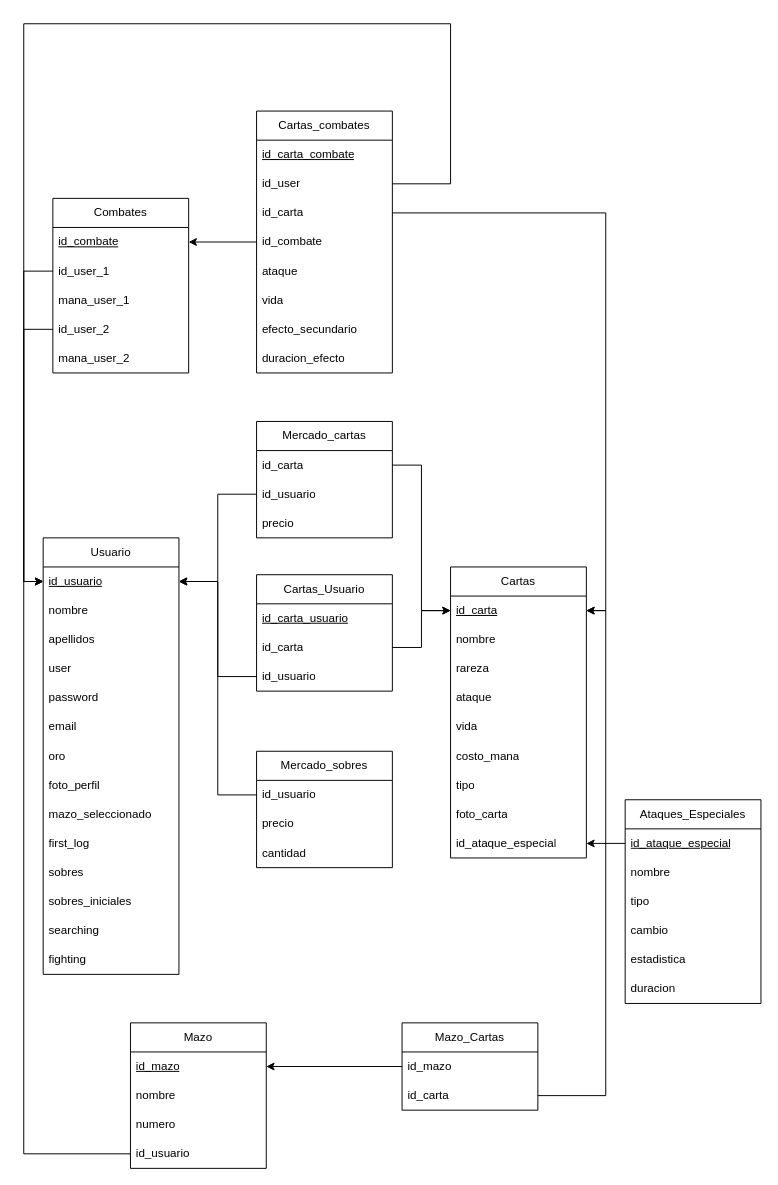
Above: Diagramas/BBDD.drawio in MiguelGallardoRevaliente/ProjecteFinal (draw.io), before the change. Source tidied: cells renumbered, new cells numbered last; positions are measured from the earlier drawing's top-left corner, leaving out a move shared by most shapes. Both pictures are drawn from the tidied source at 97%, with x=0, y=0 at pixel (23, 23).
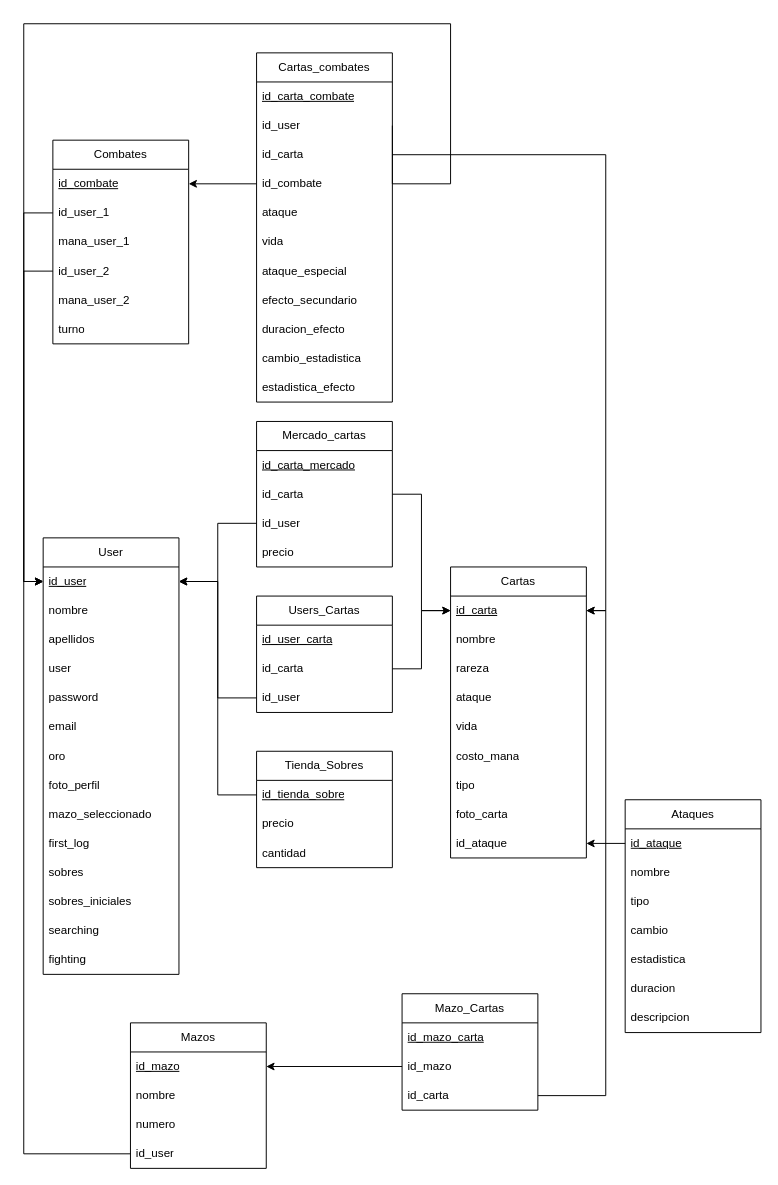
The same page after the edit.

Commit message (it also covers changes not shown here):
diagramas/bbdd/redirigir al cambiar el mail

The change refers to these unchanged cells:
```xml
<mxCell id="17" value="Cartas" style="swimlane;fontStyle=0;horizontal=1;startSize=30;whiteSpace=wrap;html=1;" parent="1" vertex="1">
  <mxGeometry x="440" y="560" width="140" height="300" as="geometry" />
</mxCell>
```

What changed in the source:
```diff
@@
-    <mxCell id="2" value="Usuario" style="swimlane;fontStyle=0;horizontal=1;startSize=30;whiteSpace=wrap;html=1;" parent="1" vertex="1">
+    <mxCell id="2" value="User" style="swimlane;fontStyle=0;horizontal=1;startSize=30;whiteSpace=wrap;html=1;" parent="1" vertex="1">
       <mxGeometry x="20" y="530" width="140" height="450" as="geometry" />
     </mxCell>
-    <mxCell id="3" value="&lt;u&gt;id_usuario&lt;/u&gt;" style="text;strokeColor=none;fillColor=none;align=left;verticalAlign=middle;spacingLeft=4;spacingRight=4;overflow=hidden;points=[[0,0.5],[1,0.5]];portConstraint=eastwest;whiteSpace=wrap;html=1;" parent="2" vertex="1">
+    <mxCell id="3" value="&lt;u&gt;id_user&lt;/u&gt;" style="text;strokeColor=none;fillColor=none;align=left;verticalAlign=middle;spacingLeft=4;spacingRight=4;overflow=hidden;points=[[0,0.5],[1,0.5]];portConstraint=eastwest;whiteSpace=wrap;html=1;" parent="2" vertex="1">
       <mxGeometry y="30" width="140" height="30" as="geometry" />
     </mxCell>
@@
-    <mxCell id="26" value="id_ataque_especial" style="text;strokeColor=none;fillColor=none;align=left;verticalAlign=middle;spacingLeft=4;spacingRight=4;overflow=hidden;points=[[0,0.5],[1,0.5]];portConstraint=eastwest;whiteSpace=wrap;html=1;" parent="17" vertex="1">
+    <mxCell id="26" value="id_ataque" style="text;strokeColor=none;fillColor=none;align=left;verticalAlign=middle;spacingLeft=4;spacingRight=4;overflow=hidden;points=[[0,0.5],[1,0.5]];portConstraint=eastwest;whiteSpace=wrap;html=1;" parent="17" vertex="1">
       <mxGeometry y="270" width="140" height="30" as="geometry" />
     </mxCell>
-    <mxCell id="27" value="Cartas_Usuario" style="swimlane;fontStyle=0;horizontal=1;startSize=30;whiteSpace=wrap;html=1;" parent="1" vertex="1">
-      <mxGeometry x="240" y="568" width="140" height="120" as="geometry" />
+    <mxCell id="27" value="Users_Cartas" style="swimlane;fontStyle=0;horizontal=1;startSize=30;whiteSpace=wrap;html=1;" parent="1" vertex="1">
+      <mxGeometry x="240" y="590" width="140" height="120" as="geometry" />
     </mxCell>
-    <mxCell id="28" value="&lt;u&gt;id_carta_usuario&lt;/u&gt;" style="text;strokeColor=none;fillColor=none;align=left;verticalAlign=middle;spacingLeft=4;spacingRight=4;overflow=hidden;whiteSpace=wrap;html=1;" parent="27" vertex="1">
+    <mxCell id="28" value="&lt;u&gt;id_user_carta&lt;/u&gt;" style="text;strokeColor=none;fillColor=none;align=left;verticalAlign=middle;spacingLeft=4;spacingRight=4;overflow=hidden;whiteSpace=wrap;html=1;" parent="27" vertex="1">
       <mxGeometry y="30" width="140" height="30" as="geometry" />
     </mxCell>
@@
-    <mxCell id="30" value="id_usuario" style="text;strokeColor=none;fillColor=none;align=left;verticalAlign=middle;spacingLeft=4;spacingRight=4;overflow=hidden;points=[[0,0.5],[1,0.5]];portConstraint=eastwest;whiteSpace=wrap;html=1;" parent="27" vertex="1">
+    <mxCell id="30" value="id_user" style="text;strokeColor=none;fillColor=none;align=left;verticalAlign=middle;spacingLeft=4;spacingRight=4;overflow=hidden;points=[[0,0.5],[1,0.5]];portConstraint=eastwest;whiteSpace=wrap;html=1;" parent="27" vertex="1">
       <mxGeometry y="90" width="140" height="30" as="geometry" />
     </mxCell>
@@
     <mxCell id="33" value="Mercado_cartas" style="swimlane;fontStyle=0;horizontal=1;startSize=30;whiteSpace=wrap;html=1;" parent="1" vertex="1">
-      <mxGeometry x="240" y="410" width="140" height="120" as="geometry" />
+      <mxGeometry x="240" y="410" width="140" height="150" as="geometry" />
     </mxCell>
+    <mxCell id="83" value="&lt;u&gt;id_carta_mercado&lt;/u&gt;" style="text;strokeColor=none;fillColor=none;align=left;verticalAlign=middle;spacingLeft=4;spacingRight=4;overflow=hidden;whiteSpace=wrap;html=1;" parent="33" vertex="1">
+      <mxGeometry y="30" width="140" height="30" as="geometry" />
+    </mxCell>
     <mxCell id="34" value="id_carta" style="text;strokeColor=none;fillColor=none;align=left;verticalAlign=middle;spacingLeft=4;spacingRight=4;overflow=hidden;points=[[0,0.5],[1,0.5]];portConstraint=eastwest;whiteSpace=wrap;html=1;" parent="33" vertex="1">
-      <mxGeometry y="30" width="140" height="30" as="geometry" />
+      <mxGeometry y="60" width="140" height="30" as="geometry" />
     </mxCell>
-    <mxCell id="35" value="id_usuario" style="text;strokeColor=none;fillColor=none;align=left;verticalAlign=middle;spacingLeft=4;spacingRight=4;overflow=hidden;points=[[0,0.5],[1,0.5]];portConstraint=eastwest;whiteSpace=wrap;html=1;" parent="33" vertex="1">
-      <mxGeometry y="60" width="140" height="30" as="geometry" />
+    <mxCell id="35" value="id_user" style="text;strokeColor=none;fillColor=none;align=left;verticalAlign=middle;spacingLeft=4;spacingRight=4;overflow=hidden;points=[[0,0.5],[1,0.5]];portConstraint=eastwest;whiteSpace=wrap;html=1;" parent="33" vertex="1">
+      <mxGeometry y="90" width="140" height="30" as="geometry" />
     </mxCell>
     <mxCell id="36" value="precio" style="text;strokeColor=none;fillColor=none;align=left;verticalAlign=middle;spacingLeft=4;spacingRight=4;overflow=hidden;whiteSpace=wrap;html=1;" parent="33" vertex="1">
-      <mxGeometry y="90" width="140" height="30" as="geometry" />
+      <mxGeometry y="120" width="140" height="30" as="geometry" />
     </mxCell>
@@
-    <mxCell id="39" value="Mercado_sobres" style="swimlane;fontStyle=0;horizontal=1;startSize=30;whiteSpace=wrap;html=1;" parent="1" vertex="1">
+    <mxCell id="39" value="Tienda_Sobres" style="swimlane;fontStyle=0;horizontal=1;startSize=30;whiteSpace=wrap;html=1;" parent="1" vertex="1">
       <mxGeometry x="240" y="750" width="140" height="120" as="geometry" />
     </mxCell>
-    <mxCell id="40" value="id_usuario" style="text;strokeColor=none;fillColor=none;align=left;verticalAlign=middle;spacingLeft=4;spacingRight=4;overflow=hidden;points=[[0,0.5],[1,0.5]];portConstraint=eastwest;whiteSpace=wrap;html=1;" parent="39" vertex="1">
+    <mxCell id="40" value="&lt;u&gt;id_tienda_sobre&lt;/u&gt;" style="text;strokeColor=none;fillColor=none;align=left;verticalAlign=middle;spacingLeft=4;spacingRight=4;overflow=hidden;points=[[0,0.5],[1,0.5]];portConstraint=eastwest;whiteSpace=wrap;html=1;" parent="39" vertex="1">
       <mxGeometry y="30" width="140" height="30" as="geometry" />
     </mxCell>
@@
-    <mxCell id="44" value="Mazo" style="swimlane;fontStyle=0;horizontal=1;startSize=30;whiteSpace=wrap;html=1;" parent="1" vertex="1">
+    <mxCell id="44" value="Mazos" style="swimlane;fontStyle=0;horizontal=1;startSize=30;whiteSpace=wrap;html=1;" parent="1" vertex="1">
       <mxGeometry x="110" y="1030" width="140" height="150" as="geometry" />
     </mxCell>
@@
-    <mxCell id="48" value="id_usuario" style="text;strokeColor=none;fillColor=none;align=left;verticalAlign=middle;spacingLeft=4;spacingRight=4;overflow=hidden;points=[[0,0.5],[1,0.5]];portConstraint=eastwest;whiteSpace=wrap;html=1;" parent="44" vertex="1">
+    <mxCell id="48" value="id_user" style="text;strokeColor=none;fillColor=none;align=left;verticalAlign=middle;spacingLeft=4;spacingRight=4;overflow=hidden;points=[[0,0.5],[1,0.5]];portConstraint=eastwest;whiteSpace=wrap;html=1;" parent="44" vertex="1">
       <mxGeometry y="120" width="140" height="30" as="geometry" />
     </mxCell>
     <mxCell id="49" value="Mazo_Cartas" style="swimlane;fontStyle=0;horizontal=1;startSize=30;whiteSpace=wrap;html=1;" parent="1" vertex="1">
-      <mxGeometry x="390" y="1030" width="140" height="90" as="geometry" />
+      <mxGeometry x="390" y="1000" width="140" height="120" as="geometry" />
     </mxCell>
+    <mxCell id="84" value="&lt;u&gt;id_mazo_carta&lt;/u&gt;" style="text;strokeColor=none;fillColor=none;align=left;verticalAlign=middle;spacingLeft=4;spacingRight=4;overflow=hidden;whiteSpace=wrap;html=1;" parent="49" vertex="1">
+      <mxGeometry y="30" width="140" height="30" as="geometry" />
+    </mxCell>
     <mxCell id="50" value="id_mazo" style="text;strokeColor=none;fillColor=none;align=left;verticalAlign=middle;spacingLeft=4;spacingRight=4;overflow=hidden;points=[[0,0.5],[1,0.5]];portConstraint=eastwest;whiteSpace=wrap;html=1;" parent="49" vertex="1">
-      <mxGeometry y="30" width="140" height="30" as="geometry" />
+      <mxGeometry y="60" width="140" height="30" as="geometry" />
     </mxCell>
     <mxCell id="51" value="id_carta" style="text;strokeColor=none;fillColor=none;align=left;verticalAlign=middle;spacingLeft=4;spacingRight=4;overflow=hidden;points=[[0,0.5],[1,0.5]];portConstraint=eastwest;whiteSpace=wrap;html=1;" parent="49" vertex="1">
-      <mxGeometry y="60" width="140" height="30" as="geometry" />
+      <mxGeometry y="90" width="140" height="30" as="geometry" />
     </mxCell>
@@
-    <mxCell id="55" value="Ataques_Especiales" style="swimlane;fontStyle=0;horizontal=1;startSize=30;whiteSpace=wrap;html=1;" parent="1" vertex="1">
-      <mxGeometry x="620" y="800" width="140" height="210" as="geometry" />
+    <mxCell id="55" value="Ataques" style="swimlane;fontStyle=0;horizontal=1;startSize=30;whiteSpace=wrap;html=1;" parent="1" vertex="1">
+      <mxGeometry x="620" y="800" width="140" height="240" as="geometry" />
     </mxCell>
-    <mxCell id="56" value="&lt;u&gt;id_ataque_especial&lt;/u&gt;" style="text;strokeColor=none;fillColor=none;align=left;verticalAlign=middle;spacingLeft=4;spacingRight=4;overflow=hidden;points=[[0,0.5],[1,0.5]];portConstraint=eastwest;whiteSpace=wrap;html=1;" parent="55" vertex="1">
+    <mxCell id="56" value="&lt;u&gt;id_ataque&lt;/u&gt;" style="text;strokeColor=none;fillColor=none;align=left;verticalAlign=middle;spacingLeft=4;spacingRight=4;overflow=hidden;points=[[0,0.5],[1,0.5]];portConstraint=eastwest;whiteSpace=wrap;html=1;" parent="55" vertex="1">
       <mxGeometry y="30" width="140" height="30" as="geometry" />
     </mxCell>
@@
+    <mxCell id="85" value="descripcion" style="text;strokeColor=none;fillColor=none;align=left;verticalAlign=middle;spacingLeft=4;spacingRight=4;overflow=hidden;whiteSpace=wrap;html=1;" parent="55" vertex="1">
+      <mxGeometry y="210" width="140" height="30" as="geometry" />
+    </mxCell>
@@
     <mxCell id="63" value="Cartas_combates" style="swimlane;fontStyle=0;horizontal=1;startSize=30;whiteSpace=wrap;html=1;" parent="1" vertex="1">
-      <mxGeometry x="240" y="90" width="140" height="270" as="geometry" />
+      <mxGeometry x="240" y="30" width="140" height="360" as="geometry" />
     </mxCell>
@@
+    <mxCell id="86" value="ataque_especial" style="text;strokeColor=none;fillColor=none;align=left;verticalAlign=middle;spacingLeft=4;spacingRight=4;overflow=hidden;whiteSpace=wrap;html=1;" parent="63" vertex="1">
+      <mxGeometry y="210" width="140" height="30" as="geometry" />
+    </mxCell>
     <mxCell id="70" value="efecto_secundario" style="text;strokeColor=none;fillColor=none;align=left;verticalAlign=middle;spacingLeft=4;spacingRight=4;overflow=hidden;whiteSpace=wrap;html=1;" parent="63" vertex="1">
-      <mxGeometry y="210" width="140" height="30" as="geometry" />
+      <mxGeometry y="240" width="140" height="30" as="geometry" />
     </mxCell>
     <mxCell id="71" value="duracion_efecto" style="text;strokeColor=none;fillColor=none;align=left;verticalAlign=middle;spacingLeft=4;spacingRight=4;overflow=hidden;whiteSpace=wrap;html=1;" parent="63" vertex="1">
-      <mxGeometry y="240" width="140" height="30" as="geometry" />
+      <mxGeometry y="270" width="140" height="30" as="geometry" />
     </mxCell>
+    <mxCell id="87" value="cambio_estadistica" style="text;strokeColor=none;fillColor=none;align=left;verticalAlign=middle;spacingLeft=4;spacingRight=4;overflow=hidden;whiteSpace=wrap;html=1;" parent="63" vertex="1">
+      <mxGeometry y="300" width="140" height="30" as="geometry" />
+    </mxCell>
+    <mxCell id="88" value="estadistica_efecto" style="text;strokeColor=none;fillColor=none;align=left;verticalAlign=middle;spacingLeft=4;spacingRight=4;overflow=hidden;whiteSpace=wrap;html=1;" parent="63" vertex="1">
+      <mxGeometry y="330" width="140" height="30" as="geometry" />
+    </mxCell>
     <mxCell id="72" value="Combates" style="swimlane;fontStyle=0;horizontal=1;startSize=30;whiteSpace=wrap;html=1;" parent="1" vertex="1">
-      <mxGeometry x="30" y="180" width="140" height="180" as="geometry" />
+      <mxGeometry x="30" y="120" width="140" height="210" as="geometry" />
     </mxCell>
@@
+    <mxCell id="89" value="turno" style="text;strokeColor=none;fillColor=none;align=left;verticalAlign=middle;spacingLeft=4;spacingRight=4;overflow=hidden;whiteSpace=wrap;html=1;" parent="72" vertex="1">
+      <mxGeometry y="180" width="140" height="30" as="geometry" />
+    </mxCell>
```
